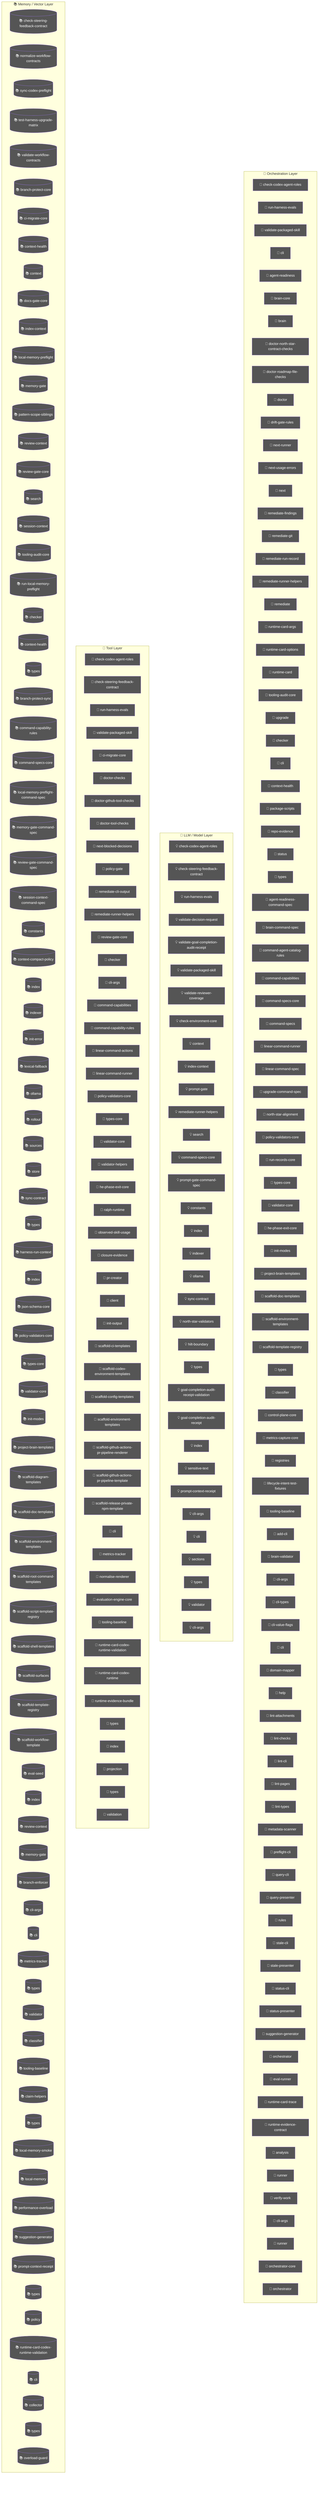
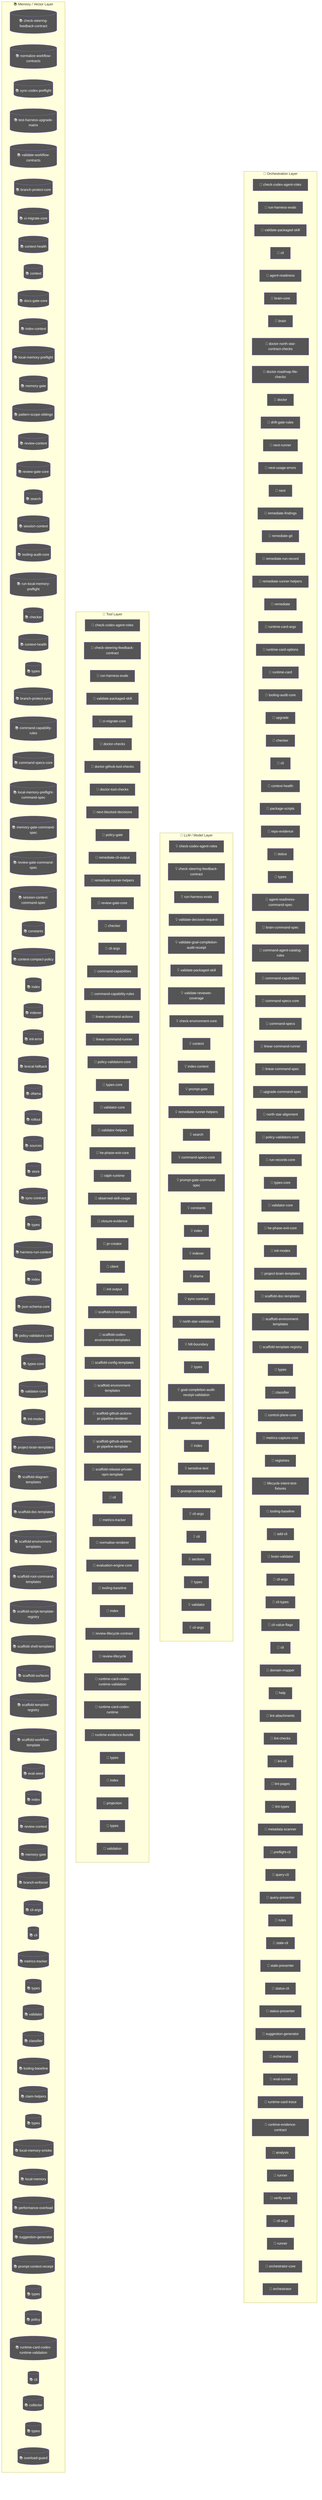
flowchart TD
  subgraph Orchestration["🎯 Orchestration Layer"]
    node_agent_mmd_orchestration_layer_orchestration_chec_7a9f0b64["🤖 check-codex-agent-roles"]
    node_agent_mmd_orchestration_layer_orchestration_run__18817957["🤖 run-harness-evals"]
    node_agent_mmd_orchestration_layer_orchestration_vali_c01b04be["🤖 validate-packaged-skill"]
    cli_99bb8840["🤖 cli"]
    agent_readiness_c82c68e6["🤖 agent-readiness"]
    brain_core_aa07c380["🤖 brain-core"]
    brain_bbbf7a64["🤖 brain"]
    doctor_north_star_contract_checks_0048124c["🤖 doctor-north-star-contract-checks"]
    doctor_roadmap_file_checks_14447b8e["🤖 doctor-roadmap-file-checks"]
    doctor_72f4be89["🤖 doctor"]
    drift_gate_rules_9685e72d["🤖 drift-gate-rules"]
    next_runner_41643472["🤖 next-runner"]
    next_usage_errors_837a345a["🤖 next-usage-errors"]
    next_c6c1c9a9["🤖 next"]
    remediate_findings_8b09c8c6["🤖 remediate-findings"]
    remediate_git_58c6f6f4["🤖 remediate-git"]
    remediate_run_record_9dfe5dc1["🤖 remediate-run-record"]
    node_agent_mmd_orchestration_layer_orchestration_reme_359fe98f["🤖 remediate-runner-helpers"]
    remediate_06b9c7fc["🤖 remediate"]
    runtime_card_args_2b3d4b28["🤖 runtime-card-args"]
    runtime_card_options_c9156ad5["🤖 runtime-card-options"]
    runtime_card_e06b53e1["🤖 runtime-card"]
    node_agent_mmd_orchestration_layer_orchestration_tool_acfe0c01["🤖 tooling-audit-core"]
    upgrade_7fef9479["🤖 upgrade"]
    node_agent_mmd_orchestration_layer_orchestration_chec_0550c395["🤖 checker"]
    cli_1_084e05fe["🤖 cli"]
    node_agent_mmd_orchestration_layer_orchestration_cont_61b3b9c9["🤖 context-health"]
    package_scripts_3ee6150f["🤖 package-scripts"]
    repo_evidence_38bb1de5["🤖 repo-evidence"]
    status_073c1634["🤖 status"]
    node_agent_mmd_orchestration_layer_orchestration_type_4f906dcc["🤖 types"]
    agent_readiness_command_spec_a30c2c1e["🤖 agent-readiness-command-spec"]
    brain_command_spec_15b122d5["🤖 brain-command-spec"]
    command_agent_catalog_rules_8e06b2af["🤖 command-agent-catalog-rules"]
    node_agent_mmd_orchestration_layer_orchestration_comm_6e41a7f7["🤖 command-capabilities"]
    node_agent_mmd_orchestration_layer_orchestration_comm_1f8cc24c["🤖 command-specs-core"]
    command_specs_69167c63["🤖 command-specs"]
    node_agent_mmd_orchestration_layer_orchestration_line_b67affd5["🤖 linear-command-runner"]
    linear_command_spec_1e12dd44["🤖 linear-command-spec"]
    upgrade_command_spec_03f6c7bd["🤖 upgrade-command-spec"]
    north_star_alignment_00440188["🤖 north-star-alignment"]
    node_agent_mmd_orchestration_layer_orchestration_poli_3270b55d["🤖 policy-validators-core"]
    run_records_core_89286dfa["🤖 run-records-core"]
    node_agent_mmd_orchestration_layer_orchestration_type_7cf81261["🤖 types-core"]
    node_agent_mmd_orchestration_layer_orchestration_vali_d9fe99e6["🤖 validator-core"]
    node_agent_mmd_orchestration_layer_orchestration_he_p_fc778c24["🤖 he-phase-exit-core"]
    node_agent_mmd_orchestration_layer_orchestration_init_2a9c3ecb["🤖 init-modes"]
    node_agent_mmd_orchestration_layer_orchestration_proj_6ab6f60f["🤖 project-brain-templates"]
    node_agent_mmd_orchestration_layer_orchestration_scaf_12cc07db["🤖 scaffold-doc-templates"]
    node_agent_mmd_orchestration_layer_orchestration_scaf_c9a90c2f["🤖 scaffold-environment-templates"]
    node_agent_mmd_orchestration_layer_orchestration_scaf_ff8f92f6["🤖 scaffold-template-registry"]
    types_13_d025517b["🤖 types"]
    node_agent_mmd_orchestration_layer_orchestration_clas_899b821a["🤖 classifier"]
    control_plane_core_db3b4cb2["🤖 control-plane-core"]
    metrics_capture_core_db4bf7cf["🤖 metrics-capture-core"]
    registries_06402afa["🤖 registries"]
    lifecycle_intent_test_fixtures_a53c7ada["🤖 lifecycle-intent-test-fixtures"]
    node_agent_mmd_orchestration_layer_orchestration_tool_cc43149f["🤖 tooling-baseline"]
    add_cli_7614de25["🤖 add-cli"]
    brain_validator_be251832["🤖 brain-validator"]
    cli_args_8_d546936e["🤖 cli-args"]
    cli_types_1686e858["🤖 cli-types"]
    cli_value_flags_732a8e43["🤖 cli-value-flags"]
    cli_9_b54c1407["🤖 cli"]
    domain_mapper_cd9333d2["🤖 domain-mapper"]
    help_106a5842["🤖 help"]
    lint_attachments_873c0632["🤖 lint-attachments"]
    lint_checks_83522b19["🤖 lint-checks"]
    lint_cli_9ec62ec0["🤖 lint-cli"]
    lint_pages_e33301d0["🤖 lint-pages"]
    lint_types_2862c255["🤖 lint-types"]
    metadata_scanner_6a101b66["🤖 metadata-scanner"]
    preflight_cli_5d148379["🤖 preflight-cli"]
    query_cli_b95be64d["🤖 query-cli"]
    query_presenter_02e6077c["🤖 query-presenter"]
    rules_6c621d1a["🤖 rules"]
    stale_cli_64548720["🤖 stale-cli"]
    stale_presenter_1de4e3a2["🤖 stale-presenter"]
    status_cli_4c24a0d6["🤖 status-cli"]
    status_presenter_8de686c1["🤖 status-presenter"]
    node_agent_mmd_orchestration_layer_orchestration_sugg_85c5ebe3["🤖 suggestion-generator"]
    orchestrator_11376b7e["🤖 orchestrator"]
    eval_runner_0966a6b3["🤖 eval-runner"]
    runtime_card_trace_64a5ca95["🤖 runtime-card-trace"]
    runtime_evidence_contract_0f7b15b2["🤖 runtime-evidence-contract"]
    analysis_f44e85c4["🤖 analysis"]
    runner_527aa9f4["🤖 runner"]
    verify_work_1_cd8e7ec3["🤖 verify-work"]
    cli_args_14_3481043e["🤖 cli-args"]
    runner_1_6f281bf8["🤖 runner"]
    orchestrator_core_d0678b53["🤖 orchestrator-core"]
    orchestrator_1_6b7137c5["🤖 orchestrator"]
  end
  subgraph LLMLayer["🧠 LLM / Model Layer"]
    node_agent_mmd_llm_model_layer_llmlayer_check_codex_a_29e7b7fa["💡 check-codex-agent-roles"]
    node_agent_mmd_llm_model_layer_llmlayer_check_steerin_a7dbbd2f["💡 check-steering-feedback-contract"]
    node_agent_mmd_llm_model_layer_llmlayer_run_harness_e_603fcfdc["💡 run-harness-evals"]
    validate_decision_request_2e5c325e["💡 validate-decision-request"]
    validate_goal_completion_audit_receipt_100d252c["💡 validate-goal-completion-audit-receipt"]
    node_agent_mmd_llm_model_layer_llmlayer_validate_pack_2a12e1f4["💡 validate-packaged-skill"]
    validate_reviewer_coverage_251efee3["💡 validate-reviewer-coverage"]
    check_environment_core_2c16213f["💡 check-environment-core"]
    node_agent_mmd_llm_model_layer_llmlayer_context_conte_ad2dfbd9["💡 context"]
    node_agent_mmd_llm_model_layer_llmlayer_index_context_1041bd11["💡 index-context"]
    prompt_gate_c5e9d207["💡 prompt-gate"]
    node_agent_mmd_llm_model_layer_llmlayer_remediate_run_9e3d4585["💡 remediate-runner-helpers"]
    node_agent_mmd_llm_model_layer_llmlayer_search_search_66b9a911["💡 search"]
    node_agent_mmd_llm_model_layer_llmlayer_command_specs_782af9fa["💡 command-specs-core"]
    prompt_gate_command_spec_9a941482["💡 prompt-gate-command-spec"]
    node_agent_mmd_llm_model_layer_llmlayer_constants_con_c9bd3f6c["💡 constants"]
    node_agent_mmd_llm_model_layer_llmlayer_index_index_1_02e160ff["💡 index"]
    node_agent_mmd_llm_model_layer_llmlayer_indexer_index_4f4deef5["💡 indexer"]
    node_agent_mmd_llm_model_layer_llmlayer_ollama_ollama_968b23fa["💡 ollama"]
    node_agent_mmd_llm_model_layer_llmlayer_sync_contract_9f3cc8c1["💡 sync-contract"]
    north_star_validators_cfc926ce["💡 north-star-validators"]
    hilt_boundary_9b36fb15["💡 hilt-boundary"]
    types_7_2f1ed65e["💡 types"]
    goal_completion_audit_receipt_validation_9d0f4891["💡 goal-completion-audit-receipt-validation"]
    goal_completion_audit_receipt_5e4939c3["💡 goal-completion-audit-receipt"]
    index_2_10143590["💡 index"]
    sensitive_text_7c11f760["💡 sensitive-text"]
    node_agent_mmd_llm_model_layer_llmlayer_index_index_1_02e160ff["💡 index"]
    node_agent_mmd_llm_model_layer_llmlayer_prompt_contex_6426acc2["💡 prompt-context-receipt"]
    cli_args_9_9c136878["💡 cli-args"]
    cli_10_35dc8cbd["💡 cli"]
    sections_4697ef32["💡 sections"]
    types_23_4352ee2e["💡 types"]
    validator_6_3688adbf["💡 validator"]
    cli_args_10_861cdd3f["💡 cli-args"]
  end
  subgraph ToolLayer["🔧 Tool Layer"]
    node_agent_mmd_tool_layer_toollayer_check_codex_agent_4b361d5a["🔧 check-codex-agent-roles"]
    node_agent_mmd_tool_layer_toollayer_check_steering_fe_84ed22c2["🔧 check-steering-feedback-contract"]
    node_agent_mmd_tool_layer_toollayer_run_harness_evals_e2ee24f1["🔧 run-harness-evals"]
    node_agent_mmd_tool_layer_toollayer_validate_packaged_2855c827["🔧 validate-packaged-skill"]
    node_agent_mmd_tool_layer_toollayer_ci_migrate_core_c_049f8460["🔧 ci-migrate-core"]
    doctor_checks_5a2eb2b9["🔧 doctor-checks"]
    doctor_github_tool_checks_a53b0382["🔧 doctor-github-tool-checks"]
    doctor_tool_checks_4acac51a["🔧 doctor-tool-checks"]
    next_blocked_decisions_4140ad2b["🔧 next-blocked-decisions"]
    policy_gate_213f7313["🔧 policy-gate"]
    remediate_cli_output_cc165396["🔧 remediate-cli-output"]
    node_agent_mmd_tool_layer_toollayer_remediate_runner__c003b871["🔧 remediate-runner-helpers"]
    node_agent_mmd_tool_layer_toollayer_review_gate_core__7704598b["🔧 review-gate-core"]
    node_agent_mmd_tool_layer_toollayer_checker_checker_2_453d593b["🔧 checker"]
    cli_args_1_6144b055["🔧 cli-args"]
    node_agent_mmd_tool_layer_toollayer_command_capabilit_7fe13db1["🔧 command-capabilities"]
    node_agent_mmd_tool_layer_toollayer_command_capabilit_e97a4615["🔧 command-capability-rules"]
    linear_command_actions_e430f4f4["🔧 linear-command-actions"]
    node_agent_mmd_tool_layer_toollayer_linear_command_ru_d6763748["🔧 linear-command-runner"]
    node_agent_mmd_tool_layer_toollayer_policy_validators_af136abf["🔧 policy-validators-core"]
    node_agent_mmd_tool_layer_toollayer_types_core_types__6c8319b6["🔧 types-core"]
    node_agent_mmd_tool_layer_toollayer_validator_core_va_6ef6131f["🔧 validator-core"]
    validator_helpers_7b927667["🔧 validator-helpers"]
    node_agent_mmd_tool_layer_toollayer_he_phase_exit_cor_af016160["🔧 he-phase-exit-core"]
    ralph_runtime_73d63c0e["🔧 ralph-runtime"]
    observed_skill_usage_ed7d5930["🔧 observed-skill-usage"]
    closure_evidence_aaa31467["🔧 closure-evidence"]
    pr_creator_dc6b1ea4["🔧 pr-creator"]
    client_948fe603["🔧 client"]
    init_output_360dce91["🔧 init-output"]
    scaffold_ci_templates_2afd6392["🔧 scaffold-ci-templates"]
    scaffold_codex_environment_templates_334fbbed["🔧 scaffold-codex-environment-templates"]
    scaffold_config_templates_4b80ce53["🔧 scaffold-config-templates"]
    node_agent_mmd_tool_layer_toollayer_scaffold_environm_c1afc013["🔧 scaffold-environment-templates"]
    scaffold_github_actions_pr_pipeline_renderer_1ee18de5["🔧 scaffold-github-actions-pr-pipeline-renderer"]
    scaffold_github_actions_pr_pipeline_template_e2b85f62["🔧 scaffold-github-actions-pr-pipeline-template"]
    scaffold_release_private_npm_template_075499f8["🔧 scaffold-release-private-npm-template"]
    node_agent_mmd_tool_layer_toollayer_cli_cli_2_1_32d9eeaf["🔧 cli"]
    node_agent_mmd_tool_layer_toollayer_metrics_tracker_m_4c9237d8["🔧 metrics-tracker"]
    normalise_renderer_85f2e563["🔧 normalise-renderer"]
    evaluation_engine_core_e054fe49["🔧 evaluation-engine-core"]
    node_agent_mmd_tool_layer_toollayer_tooling_baseline__61e66e9f["🔧 tooling-baseline"]
+     index_9_32dd4d91["🔧 index"]
+     review_lifecycle_contract_e5447221["🔧 review-lifecycle-contract"]
+     review_lifecycle_89afa64c["🔧 review-lifecycle"]
    node_agent_mmd_tool_layer_toollayer_runtime_card_code_3636ceac["🔧 runtime-card-codex-runtime-validation"]
    runtime_card_codex_runtime_0655e230["🔧 runtime-card-codex-runtime"]
    runtime_evidence_bundle_d471a232["🔧 runtime-evidence-bundle"]
    types_32_bfe791ff["🔧 types"]
    index_12_762ec91b["🔧 index"]
    projection_1b250ea1["🔧 projection"]
    types_34_85e6a0bb["🔧 types"]
    validation_4_62980ebd["🔧 validation"]
  end
  subgraph MemoryLayer["📚 Memory / Vector Layer"]
    node_agent_mmd_memory_vector_layer_memorylayer_check__d71f8993[("📚 check-steering-feedback-contract")]
    normalize_workflow_contracts_8701f1c8[("📚 normalize-workflow-contracts")]
    sync_codex_preflight_7e7a8dc2[("📚 sync-codex-preflight")]
    test_harness_upgrade_matrix_84113c4e[("📚 test-harness-upgrade-matrix")]
    validate_workflow_contracts_33dc063c[("📚 validate-workflow-contracts")]
    branch_protect_core_a8feb0fd[("📚 branch-protect-core")]
    node_agent_mmd_memory_vector_layer_memorylayer_ci_mig_0cd5b1a4[("📚 ci-migrate-core")]
    context_health_80bb7da9[("📚 context-health")]
    node_agent_mmd_memory_vector_layer_memorylayer_contex_78ceaaa9[("📚 context")]
    docs_gate_core_eb9b6c18[("📚 docs-gate-core")]
    node_agent_mmd_memory_vector_layer_memorylayer_index__6f3402d0[("📚 index-context")]
    local_memory_preflight_dcc36c42[("📚 local-memory-preflight")]
    memory_gate_a577a506[("📚 memory-gate")]
    pattern_scope_siblings_43abe000[("📚 pattern-scope-siblings")]
    review_context_ca6cf81d[("📚 review-context")]
    node_agent_mmd_memory_vector_layer_memorylayer_review_5bee9816[("📚 review-gate-core")]
    node_agent_mmd_memory_vector_layer_memorylayer_search_ac35cb7e[("📚 search")]
    session_context_e5ec72c0[("📚 session-context")]
    node_agent_mmd_memory_vector_layer_memorylayer_toolin_a1185b8f[("📚 tooling-audit-core")]
    run_local_memory_preflight_36e92808[("📚 run-local-memory-preflight")]
    node_agent_mmd_memory_vector_layer_memorylayer_checke_a583eb4f[("📚 checker")]
    node_agent_mmd_memory_vector_layer_memorylayer_contex_fe0865d6[("📚 context-health")]
    node_agent_mmd_memory_vector_layer_memorylayer_types__9ad640a0[("📚 types")]
    branch_protect_sync_570adb18[("📚 branch-protect-sync")]
    node_agent_mmd_memory_vector_layer_memorylayer_comman_c72a5d05[("📚 command-capability-rules")]
    node_agent_mmd_memory_vector_layer_memorylayer_comman_111eb454[("📚 command-specs-core")]
    local_memory_preflight_command_spec_9e23f3ce[("📚 local-memory-preflight-command-spec")]
    memory_gate_command_spec_dc9001a9[("📚 memory-gate-command-spec")]
    review_gate_command_spec_3187376a[("📚 review-gate-command-spec")]
    session_context_command_spec_973afbb1[("📚 session-context-command-spec")]
    node_agent_mmd_memory_vector_layer_memorylayer_consta_702d3f46[("📚 constants")]
    context_compact_policy_3dcaf95d[("📚 context-compact-policy")]
    node_agent_mmd_memory_vector_layer_memorylayer_index__752bc61e[("📚 index")]
    node_agent_mmd_memory_vector_layer_memorylayer_indexe_93e6d86f[("📚 indexer")]
    init_error_5c7dd49f[("📚 init-error")]
    lexical_fallback_723e2b3e[("📚 lexical-fallback")]
    node_agent_mmd_memory_vector_layer_memorylayer_ollama_6d51be16[("📚 ollama")]
    rollout_a4fa034c[("📚 rollout")]
    sources_878a52fc[("📚 sources")]
    store_824d80d7[("📚 store")]
    node_agent_mmd_memory_vector_layer_memorylayer_sync_c_e43418bc[("📚 sync-contract")]
    types_5_f869ec4b[("📚 types")]
    harness_run_context_ac7c77a9[("📚 harness-run-context")]
    index_1_faebc14e[("📚 index")]
    json_schema_core_96d7e328[("📚 json-schema-core")]
    node_agent_mmd_memory_vector_layer_memorylayer_policy_1944de42[("📚 policy-validators-core")]
    node_agent_mmd_memory_vector_layer_memorylayer_types__83f369fa[("📚 types-core")]
    node_agent_mmd_memory_vector_layer_memorylayer_valida_41034356[("📚 validator-core")]
    node_agent_mmd_memory_vector_layer_memorylayer_init_m_333d02c5[("📚 init-modes")]
    node_agent_mmd_memory_vector_layer_memorylayer_projec_3ae304d9[("📚 project-brain-templates")]
    scaffold_diagram_templates_dd88e83c[("📚 scaffold-diagram-templates")]
    node_agent_mmd_memory_vector_layer_memorylayer_scaffo_5fd73b94[("📚 scaffold-doc-templates")]
    node_agent_mmd_memory_vector_layer_memorylayer_scaffo_12b42341[("📚 scaffold-environment-templates")]
    scaffold_root_command_templates_404fed7f[("📚 scaffold-root-command-templates")]
    scaffold_script_template_registry_69312d4e[("📚 scaffold-script-template-registry")]
    scaffold_shell_templates_0ad0f915[("📚 scaffold-shell-templates")]
    scaffold_surfaces_12d6494e[("📚 scaffold-surfaces")]
    node_agent_mmd_memory_vector_layer_memorylayer_scaffo_a86eece1[("📚 scaffold-template-registry")]
    scaffold_workflow_template_92310587[("📚 scaffold-workflow-template")]
    eval_seed_5699fd3e[("📚 eval-seed")]
    index_6_fc9e91e2[("📚 index")]
    review_context_1_e3afed15[("📚 review-context")]
    memory_gate_1_265164ac[("📚 memory-gate")]
    branch_enforcer_acb749cd[("📚 branch-enforcer")]
    cli_args_5_09ea29f0[("📚 cli-args")]
    node_agent_mmd_memory_vector_layer_memorylayer_cli_cl_1f1f89ab[("📚 cli")]
    node_agent_mmd_memory_vector_layer_memorylayer_metric_12562178[("📚 metrics-tracker")]
    types_15_86775c96[("📚 types")]
    validator_4_5180cf23[("📚 validator")]
    node_agent_mmd_memory_vector_layer_memorylayer_classi_1ebbf5ff[("📚 classifier")]
    node_agent_mmd_memory_vector_layer_memorylayer_toolin_14f86b00[("📚 tooling-baseline")]
    claim_helpers_20dc8387[("📚 claim-helpers")]
    types_20_071a0112[("📚 types")]
    local_memory_smoke_1175abfc[("📚 local-memory-smoke")]
    local_memory_0db17ecc[("📚 local-memory")]
    performance_overload_c685bfcf[("📚 performance-overload")]
    node_agent_mmd_memory_vector_layer_memorylayer_sugges_267f408d[("📚 suggestion-generator")]
    node_agent_mmd_memory_vector_layer_memorylayer_index__752bc61e[("📚 index")]
    node_agent_mmd_memory_vector_layer_memorylayer_prompt_55c0d605[("📚 prompt-context-receipt")]
    types_27_4d134744[("📚 types")]
    policy_1_fc4198db[("📚 policy")]
    node_agent_mmd_memory_vector_layer_memorylayer_runtim_a5d23e7f[("📚 runtime-card-codex-runtime-validation")]
    cli_11_338a8415[("📚 cli")]
    collector_0736fd5b[("📚 collector")]
    types_30_424b976c[("📚 types")]
    overload_guard_2748c559[("📚 overload-guard")]
  end
  classDef agentNode fill:#555,color:#fff
  class node_agent_mmd_orchestration_layer_orchestration_chec_7a9f0b64,node_agent_mmd_llm_model_layer_llmlayer_check_codex_a_29e7b7fa,node_agent_mmd_tool_layer_toollayer_check_codex_agent_4b361d5a,node_agent_mmd_orchestration_layer_orchestration_run__18817957,node_agent_mmd_llm_model_layer_llmlayer_run_harness_e_603fcfdc,node_agent_mmd_tool_layer_toollayer_run_harness_evals_e2ee24f1,node_agent_mmd_orchestration_layer_orchestration_vali_c01b04be,node_agent_mmd_llm_model_layer_llmlayer_validate_pack_2a12e1f4,node_agent_mmd_tool_layer_toollayer_validate_packaged_2855c827,cli_99bb8840,agent_readiness_c82c68e6,brain_core_aa07c380,brain_bbbf7a64,doctor_north_star_contract_checks_0048124c,doctor_roadmap_file_checks_14447b8e,doctor_72f4be89,drift_gate_rules_9685e72d,next_runner_41643472,next_usage_errors_837a345a,next_c6c1c9a9,remediate_findings_8b09c8c6,remediate_git_58c6f6f4,remediate_run_record_9dfe5dc1,node_agent_mmd_orchestration_layer_orchestration_reme_359fe98f,node_agent_mmd_llm_model_layer_llmlayer_remediate_run_9e3d4585,node_agent_mmd_tool_layer_toollayer_remediate_runner__c003b871,remediate_06b9c7fc,runtime_card_args_2b3d4b28,runtime_card_options_c9156ad5,runtime_card_e06b53e1,node_agent_mmd_orchestration_layer_orchestration_tool_acfe0c01,node_agent_mmd_memory_vector_layer_memorylayer_toolin_a1185b8f,upgrade_7fef9479,node_agent_mmd_orchestration_layer_orchestration_chec_0550c395,node_agent_mmd_tool_layer_toollayer_checker_checker_2_453d593b,node_agent_mmd_memory_vector_layer_memorylayer_checke_a583eb4f,cli_1_084e05fe,node_agent_mmd_orchestration_layer_orchestration_cont_61b3b9c9,node_agent_mmd_memory_vector_layer_memorylayer_contex_fe0865d6,package_scripts_3ee6150f,repo_evidence_38bb1de5,status_073c1634,node_agent_mmd_orchestration_layer_orchestration_type_4f906dcc,node_agent_mmd_memory_vector_layer_memorylayer_types__9ad640a0,agent_readiness_command_spec_a30c2c1e,brain_command_spec_15b122d5,command_agent_catalog_rules_8e06b2af,node_agent_mmd_orchestration_layer_orchestration_comm_6e41a7f7,node_agent_mmd_tool_layer_toollayer_command_capabilit_7fe13db1,node_agent_mmd_orchestration_layer_orchestration_comm_1f8cc24c,node_agent_mmd_llm_model_layer_llmlayer_command_specs_782af9fa,node_agent_mmd_memory_vector_layer_memorylayer_comman_111eb454,command_specs_69167c63,node_agent_mmd_orchestration_layer_orchestration_line_b67affd5,node_agent_mmd_tool_layer_toollayer_linear_command_ru_d6763748,linear_command_spec_1e12dd44,upgrade_command_spec_03f6c7bd,north_star_alignment_00440188,node_agent_mmd_orchestration_layer_orchestration_poli_3270b55d,node_agent_mmd_tool_layer_toollayer_policy_validators_af136abf,node_agent_mmd_memory_vector_layer_memorylayer_policy_1944de42,run_records_core_89286dfa,node_agent_mmd_orchestration_layer_orchestration_type_7cf81261,node_agent_mmd_tool_layer_toollayer_types_core_types__6c8319b6,node_agent_mmd_memory_vector_layer_memorylayer_types__83f369fa,node_agent_mmd_orchestration_layer_orchestration_vali_d9fe99e6,node_agent_mmd_tool_layer_toollayer_validator_core_va_6ef6131f,node_agent_mmd_memory_vector_layer_memorylayer_valida_41034356,node_agent_mmd_orchestration_layer_orchestration_he_p_fc778c24,node_agent_mmd_tool_layer_toollayer_he_phase_exit_cor_af016160,node_agent_mmd_orchestration_layer_orchestration_init_2a9c3ecb,node_agent_mmd_memory_vector_layer_memorylayer_init_m_333d02c5,node_agent_mmd_orchestration_layer_orchestration_proj_6ab6f60f,node_agent_mmd_memory_vector_layer_memorylayer_projec_3ae304d9,node_agent_mmd_orchestration_layer_orchestration_scaf_12cc07db,node_agent_mmd_memory_vector_layer_memorylayer_scaffo_5fd73b94,node_agent_mmd_orchestration_layer_orchestration_scaf_c9a90c2f,node_agent_mmd_tool_layer_toollayer_scaffold_environm_c1afc013,node_agent_mmd_memory_vector_layer_memorylayer_scaffo_12b42341,node_agent_mmd_orchestration_layer_orchestration_scaf_ff8f92f6,node_agent_mmd_memory_vector_layer_memorylayer_scaffo_a86eece1,types_13_d025517b,node_agent_mmd_orchestration_layer_orchestration_clas_899b821a,node_agent_mmd_memory_vector_layer_memorylayer_classi_1ebbf5ff,control_plane_core_db3b4cb2,metrics_capture_core_db4bf7cf,registries_06402afa,lifecycle_intent_test_fixtures_a53c7ada,node_agent_mmd_orchestration_layer_orchestration_tool_cc43149f,node_agent_mmd_tool_layer_toollayer_tooling_baseline__61e66e9f,node_agent_mmd_memory_vector_layer_memorylayer_toolin_14f86b00,add_cli_7614de25,brain_validator_be251832,cli_args_8_d546936e,cli_types_1686e858,cli_value_flags_732a8e43,cli_9_b54c1407,domain_mapper_cd9333d2,help_106a5842,lint_attachments_873c0632,lint_checks_83522b19,lint_cli_9ec62ec0,lint_pages_e33301d0,lint_types_2862c255,metadata_scanner_6a101b66,preflight_cli_5d148379,query_cli_b95be64d,query_presenter_02e6077c,rules_6c621d1a,stale_cli_64548720,stale_presenter_1de4e3a2,status_cli_4c24a0d6,status_presenter_8de686c1,node_agent_mmd_orchestration_layer_orchestration_sugg_85c5ebe3,node_agent_mmd_memory_vector_layer_memorylayer_sugges_267f408d,orchestrator_11376b7e,eval_runner_0966a6b3,runtime_card_trace_64a5ca95,runtime_evidence_contract_0f7b15b2,analysis_f44e85c4,runner_527aa9f4,verify_work_1_cd8e7ec3,cli_args_14_3481043e,runner_1_6f281bf8,orchestrator_core_d0678b53,orchestrator_1_6b7137c5 agentNode
  classDef llmNode fill:#555,color:#fff
  class node_agent_mmd_orchestration_layer_orchestration_chec_7a9f0b64,node_agent_mmd_llm_model_layer_llmlayer_check_codex_a_29e7b7fa,node_agent_mmd_tool_layer_toollayer_check_codex_agent_4b361d5a,node_agent_mmd_llm_model_layer_llmlayer_check_steerin_a7dbbd2f,node_agent_mmd_tool_layer_toollayer_check_steering_fe_84ed22c2,node_agent_mmd_memory_vector_layer_memorylayer_check__d71f8993,node_agent_mmd_orchestration_layer_orchestration_run__18817957,node_agent_mmd_llm_model_layer_llmlayer_run_harness_e_603fcfdc,node_agent_mmd_tool_layer_toollayer_run_harness_evals_e2ee24f1,validate_decision_request_2e5c325e,validate_goal_completion_audit_receipt_100d252c,node_agent_mmd_orchestration_layer_orchestration_vali_c01b04be,node_agent_mmd_llm_model_layer_llmlayer_validate_pack_2a12e1f4,node_agent_mmd_tool_layer_toollayer_validate_packaged_2855c827,validate_reviewer_coverage_251efee3,check_environment_core_2c16213f,node_agent_mmd_llm_model_layer_llmlayer_context_conte_ad2dfbd9,node_agent_mmd_memory_vector_layer_memorylayer_contex_78ceaaa9,node_agent_mmd_llm_model_layer_llmlayer_index_context_1041bd11,node_agent_mmd_memory_vector_layer_memorylayer_index__6f3402d0,prompt_gate_c5e9d207,node_agent_mmd_orchestration_layer_orchestration_reme_359fe98f,node_agent_mmd_llm_model_layer_llmlayer_remediate_run_9e3d4585,node_agent_mmd_tool_layer_toollayer_remediate_runner__c003b871,node_agent_mmd_llm_model_layer_llmlayer_search_search_66b9a911,node_agent_mmd_memory_vector_layer_memorylayer_search_ac35cb7e,node_agent_mmd_orchestration_layer_orchestration_comm_1f8cc24c,node_agent_mmd_llm_model_layer_llmlayer_command_specs_782af9fa,node_agent_mmd_memory_vector_layer_memorylayer_comman_111eb454,prompt_gate_command_spec_9a941482,node_agent_mmd_llm_model_layer_llmlayer_constants_con_c9bd3f6c,node_agent_mmd_memory_vector_layer_memorylayer_consta_702d3f46,node_agent_mmd_llm_model_layer_llmlayer_index_index_1_02e160ff,node_agent_mmd_memory_vector_layer_memorylayer_index__752bc61e,node_agent_mmd_llm_model_layer_llmlayer_indexer_index_4f4deef5,node_agent_mmd_memory_vector_layer_memorylayer_indexe_93e6d86f,node_agent_mmd_llm_model_layer_llmlayer_ollama_ollama_968b23fa,node_agent_mmd_memory_vector_layer_memorylayer_ollama_6d51be16,node_agent_mmd_llm_model_layer_llmlayer_sync_contract_9f3cc8c1,node_agent_mmd_memory_vector_layer_memorylayer_sync_c_e43418bc,north_star_validators_cfc926ce,hilt_boundary_9b36fb15,types_7_2f1ed65e,goal_completion_audit_receipt_validation_9d0f4891,goal_completion_audit_receipt_5e4939c3,index_2_10143590,sensitive_text_7c11f760,node_agent_mmd_llm_model_layer_llmlayer_prompt_contex_6426acc2,node_agent_mmd_memory_vector_layer_memorylayer_prompt_55c0d605,cli_args_9_9c136878,cli_10_35dc8cbd,sections_4697ef32,types_23_4352ee2e,validator_6_3688adbf,cli_args_10_861cdd3f llmNode
  classDef toolNode fill:#555,color:#fff
-   class node_agent_mmd_orchestration_layer_orchestration_chec_7a9f0b64,node_agent_mmd_llm_model_layer_llmlayer_check_codex_a_29e7b7fa,node_agent_mmd_tool_layer_toollayer_check_codex_agent_4b361d5a,node_agent_mmd_llm_model_layer_llmlayer_check_steerin_a7dbbd2f,node_agent_mmd_tool_layer_toollayer_check_steering_fe_84ed22c2,node_agent_mmd_memory_vector_layer_memorylayer_check__d71f8993,node_agent_mmd_orchestration_layer_orchestration_run__18817957,node_agent_mmd_llm_model_layer_llmlayer_run_harness_e_603fcfdc,node_agent_mmd_tool_layer_toollayer_run_harness_evals_e2ee24f1,node_agent_mmd_orchestration_layer_orchestration_vali_c01b04be,node_agent_mmd_llm_model_layer_llmlayer_validate_pack_2a12e1f4,node_agent_mmd_tool_layer_toollayer_validate_packaged_2855c827,node_agent_mmd_tool_layer_toollayer_ci_migrate_core_c_049f8460,node_agent_mmd_memory_vector_layer_memorylayer_ci_mig_0cd5b1a4,doctor_checks_5a2eb2b9,doctor_github_tool_checks_a53b0382,doctor_tool_checks_4acac51a,next_blocked_decisions_4140ad2b,policy_gate_213f7313,remediate_cli_output_cc165396,node_agent_mmd_orchestration_layer_orchestration_reme_359fe98f,node_agent_mmd_llm_model_layer_llmlayer_remediate_run_9e3d4585,node_agent_mmd_tool_layer_toollayer_remediate_runner__c003b871,node_agent_mmd_tool_layer_toollayer_review_gate_core__7704598b,node_agent_mmd_memory_vector_layer_memorylayer_review_5bee9816,node_agent_mmd_orchestration_layer_orchestration_chec_0550c395,node_agent_mmd_tool_layer_toollayer_checker_checker_2_453d593b,node_agent_mmd_memory_vector_layer_memorylayer_checke_a583eb4f,cli_args_1_6144b055,node_agent_mmd_orchestration_layer_orchestration_comm_6e41a7f7,node_agent_mmd_tool_layer_toollayer_command_capabilit_7fe13db1,node_agent_mmd_tool_layer_toollayer_command_capabilit_e97a4615,node_agent_mmd_memory_vector_layer_memorylayer_comman_c72a5d05,linear_command_actions_e430f4f4,node_agent_mmd_orchestration_layer_orchestration_line_b67affd5,node_agent_mmd_tool_layer_toollayer_linear_command_ru_d6763748,node_agent_mmd_orchestration_layer_orchestration_poli_3270b55d,node_agent_mmd_tool_layer_toollayer_policy_validators_af136abf,node_agent_mmd_memory_vector_layer_memorylayer_policy_1944de42,node_agent_mmd_orchestration_layer_orchestration_type_7cf81261,node_agent_mmd_tool_layer_toollayer_types_core_types__6c8319b6,node_agent_mmd_memory_vector_layer_memorylayer_types__83f369fa,node_agent_mmd_orchestration_layer_orchestration_vali_d9fe99e6,node_agent_mmd_tool_layer_toollayer_validator_core_va_6ef6131f,node_agent_mmd_memory_vector_layer_memorylayer_valida_41034356,validator_helpers_7b927667,node_agent_mmd_orchestration_layer_orchestration_he_p_fc778c24,node_agent_mmd_tool_layer_toollayer_he_phase_exit_cor_af016160,ralph_runtime_73d63c0e,observed_skill_usage_ed7d5930,closure_evidence_aaa31467,pr_creator_dc6b1ea4,client_948fe603,init_output_360dce91,scaffold_ci_templates_2afd6392,scaffold_codex_environment_templates_334fbbed,scaffold_config_templates_4b80ce53,node_agent_mmd_orchestration_layer_orchestration_scaf_c9a90c2f,node_agent_mmd_tool_layer_toollayer_scaffold_environm_c1afc013,node_agent_mmd_memory_vector_layer_memorylayer_scaffo_12b42341,scaffold_github_actions_pr_pipeline_renderer_1ee18de5,scaffold_github_actions_pr_pipeline_template_e2b85f62,scaffold_release_private_npm_template_075499f8,node_agent_mmd_tool_layer_toollayer_cli_cli_2_1_32d9eeaf,node_agent_mmd_memory_vector_layer_memorylayer_cli_cl_1f1f89ab,node_agent_mmd_tool_layer_toollayer_metrics_tracker_m_4c9237d8,node_agent_mmd_memory_vector_layer_memorylayer_metric_12562178,normalise_renderer_85f2e563,evaluation_engine_core_e054fe49,node_agent_mmd_orchestration_layer_orchestration_tool_cc43149f,node_agent_mmd_tool_layer_toollayer_tooling_baseline__61e66e9f,node_agent_mmd_memory_vector_layer_memorylayer_toolin_14f86b00,node_agent_mmd_tool_layer_toollayer_runtime_card_code_3636ceac,node_agent_mmd_memory_vector_layer_memorylayer_runtim_a5d23e7f,runtime_card_codex_runtime_0655e230,runtime_evidence_bundle_d471a232,types_32_bfe791ff,index_12_762ec91b,projection_1b250ea1,types_34_85e6a0bb,validation_4_62980ebd toolNode
+   class node_agent_mmd_orchestration_layer_orchestration_chec_7a9f0b64,node_agent_mmd_llm_model_layer_llmlayer_check_codex_a_29e7b7fa,node_agent_mmd_tool_layer_toollayer_check_codex_agent_4b361d5a,node_agent_mmd_llm_model_layer_llmlayer_check_steerin_a7dbbd2f,node_agent_mmd_tool_layer_toollayer_check_steering_fe_84ed22c2,node_agent_mmd_memory_vector_layer_memorylayer_check__d71f8993,node_agent_mmd_orchestration_layer_orchestration_run__18817957,node_agent_mmd_llm_model_layer_llmlayer_run_harness_e_603fcfdc,node_agent_mmd_tool_layer_toollayer_run_harness_evals_e2ee24f1,node_agent_mmd_orchestration_layer_orchestration_vali_c01b04be,node_agent_mmd_llm_model_layer_llmlayer_validate_pack_2a12e1f4,node_agent_mmd_tool_layer_toollayer_validate_packaged_2855c827,node_agent_mmd_tool_layer_toollayer_ci_migrate_core_c_049f8460,node_agent_mmd_memory_vector_layer_memorylayer_ci_mig_0cd5b1a4,doctor_checks_5a2eb2b9,doctor_github_tool_checks_a53b0382,doctor_tool_checks_4acac51a,next_blocked_decisions_4140ad2b,policy_gate_213f7313,remediate_cli_output_cc165396,node_agent_mmd_orchestration_layer_orchestration_reme_359fe98f,node_agent_mmd_llm_model_layer_llmlayer_remediate_run_9e3d4585,node_agent_mmd_tool_layer_toollayer_remediate_runner__c003b871,node_agent_mmd_tool_layer_toollayer_review_gate_core__7704598b,node_agent_mmd_memory_vector_layer_memorylayer_review_5bee9816,node_agent_mmd_orchestration_layer_orchestration_chec_0550c395,node_agent_mmd_tool_layer_toollayer_checker_checker_2_453d593b,node_agent_mmd_memory_vector_layer_memorylayer_checke_a583eb4f,cli_args_1_6144b055,node_agent_mmd_orchestration_layer_orchestration_comm_6e41a7f7,node_agent_mmd_tool_layer_toollayer_command_capabilit_7fe13db1,node_agent_mmd_tool_layer_toollayer_command_capabilit_e97a4615,node_agent_mmd_memory_vector_layer_memorylayer_comman_c72a5d05,linear_command_actions_e430f4f4,node_agent_mmd_orchestration_layer_orchestration_line_b67affd5,node_agent_mmd_tool_layer_toollayer_linear_command_ru_d6763748,node_agent_mmd_orchestration_layer_orchestration_poli_3270b55d,node_agent_mmd_tool_layer_toollayer_policy_validators_af136abf,node_agent_mmd_memory_vector_layer_memorylayer_policy_1944de42,node_agent_mmd_orchestration_layer_orchestration_type_7cf81261,node_agent_mmd_tool_layer_toollayer_types_core_types__6c8319b6,node_agent_mmd_memory_vector_layer_memorylayer_types__83f369fa,node_agent_mmd_orchestration_layer_orchestration_vali_d9fe99e6,node_agent_mmd_tool_layer_toollayer_validator_core_va_6ef6131f,node_agent_mmd_memory_vector_layer_memorylayer_valida_41034356,validator_helpers_7b927667,node_agent_mmd_orchestration_layer_orchestration_he_p_fc778c24,node_agent_mmd_tool_layer_toollayer_he_phase_exit_cor_af016160,ralph_runtime_73d63c0e,observed_skill_usage_ed7d5930,closure_evidence_aaa31467,pr_creator_dc6b1ea4,client_948fe603,init_output_360dce91,scaffold_ci_templates_2afd6392,scaffold_codex_environment_templates_334fbbed,scaffold_config_templates_4b80ce53,node_agent_mmd_orchestration_layer_orchestration_scaf_c9a90c2f,node_agent_mmd_tool_layer_toollayer_scaffold_environm_c1afc013,node_agent_mmd_memory_vector_layer_memorylayer_scaffo_12b42341,scaffold_github_actions_pr_pipeline_renderer_1ee18de5,scaffold_github_actions_pr_pipeline_template_e2b85f62,scaffold_release_private_npm_template_075499f8,node_agent_mmd_tool_layer_toollayer_cli_cli_2_1_32d9eeaf,node_agent_mmd_memory_vector_layer_memorylayer_cli_cl_1f1f89ab,node_agent_mmd_tool_layer_toollayer_metrics_tracker_m_4c9237d8,node_agent_mmd_memory_vector_layer_memorylayer_metric_12562178,normalise_renderer_85f2e563,evaluation_engine_core_e054fe49,node_agent_mmd_orchestration_layer_orchestration_tool_cc43149f,node_agent_mmd_tool_layer_toollayer_tooling_baseline__61e66e9f,node_agent_mmd_memory_vector_layer_memorylayer_toolin_14f86b00,index_9_32dd4d91,review_lifecycle_contract_e5447221,review_lifecycle_89afa64c,node_agent_mmd_tool_layer_toollayer_runtime_card_code_3636ceac,node_agent_mmd_memory_vector_layer_memorylayer_runtim_a5d23e7f,runtime_card_codex_runtime_0655e230,runtime_evidence_bundle_d471a232,types_32_bfe791ff,index_12_762ec91b,projection_1b250ea1,types_34_85e6a0bb,validation_4_62980ebd toolNode
  classDef memNode fill:#555,color:#fff
  class node_agent_mmd_llm_model_layer_llmlayer_check_steerin_a7dbbd2f,node_agent_mmd_tool_layer_toollayer_check_steering_fe_84ed22c2,node_agent_mmd_memory_vector_layer_memorylayer_check__d71f8993,normalize_workflow_contracts_8701f1c8,sync_codex_preflight_7e7a8dc2,test_harness_upgrade_matrix_84113c4e,validate_workflow_contracts_33dc063c,branch_protect_core_a8feb0fd,node_agent_mmd_tool_layer_toollayer_ci_migrate_core_c_049f8460,node_agent_mmd_memory_vector_layer_memorylayer_ci_mig_0cd5b1a4,context_health_80bb7da9,node_agent_mmd_llm_model_layer_llmlayer_context_conte_ad2dfbd9,node_agent_mmd_memory_vector_layer_memorylayer_contex_78ceaaa9,docs_gate_core_eb9b6c18,node_agent_mmd_llm_model_layer_llmlayer_index_context_1041bd11,node_agent_mmd_memory_vector_layer_memorylayer_index__6f3402d0,local_memory_preflight_dcc36c42,memory_gate_a577a506,pattern_scope_siblings_43abe000,review_context_ca6cf81d,node_agent_mmd_tool_layer_toollayer_review_gate_core__7704598b,node_agent_mmd_memory_vector_layer_memorylayer_review_5bee9816,node_agent_mmd_llm_model_layer_llmlayer_search_search_66b9a911,node_agent_mmd_memory_vector_layer_memorylayer_search_ac35cb7e,session_context_e5ec72c0,node_agent_mmd_orchestration_layer_orchestration_tool_acfe0c01,node_agent_mmd_memory_vector_layer_memorylayer_toolin_a1185b8f,run_local_memory_preflight_36e92808,node_agent_mmd_orchestration_layer_orchestration_chec_0550c395,node_agent_mmd_tool_layer_toollayer_checker_checker_2_453d593b,node_agent_mmd_memory_vector_layer_memorylayer_checke_a583eb4f,node_agent_mmd_orchestration_layer_orchestration_cont_61b3b9c9,node_agent_mmd_memory_vector_layer_memorylayer_contex_fe0865d6,node_agent_mmd_orchestration_layer_orchestration_type_4f906dcc,node_agent_mmd_memory_vector_layer_memorylayer_types__9ad640a0,branch_protect_sync_570adb18,node_agent_mmd_tool_layer_toollayer_command_capabilit_e97a4615,node_agent_mmd_memory_vector_layer_memorylayer_comman_c72a5d05,node_agent_mmd_orchestration_layer_orchestration_comm_1f8cc24c,node_agent_mmd_llm_model_layer_llmlayer_command_specs_782af9fa,node_agent_mmd_memory_vector_layer_memorylayer_comman_111eb454,local_memory_preflight_command_spec_9e23f3ce,memory_gate_command_spec_dc9001a9,review_gate_command_spec_3187376a,session_context_command_spec_973afbb1,node_agent_mmd_llm_model_layer_llmlayer_constants_con_c9bd3f6c,node_agent_mmd_memory_vector_layer_memorylayer_consta_702d3f46,context_compact_policy_3dcaf95d,node_agent_mmd_llm_model_layer_llmlayer_index_index_1_02e160ff,node_agent_mmd_memory_vector_layer_memorylayer_index__752bc61e,node_agent_mmd_llm_model_layer_llmlayer_indexer_index_4f4deef5,node_agent_mmd_memory_vector_layer_memorylayer_indexe_93e6d86f,init_error_5c7dd49f,lexical_fallback_723e2b3e,node_agent_mmd_llm_model_layer_llmlayer_ollama_ollama_968b23fa,node_agent_mmd_memory_vector_layer_memorylayer_ollama_6d51be16,rollout_a4fa034c,sources_878a52fc,store_824d80d7,node_agent_mmd_llm_model_layer_llmlayer_sync_contract_9f3cc8c1,node_agent_mmd_memory_vector_layer_memorylayer_sync_c_e43418bc,types_5_f869ec4b,harness_run_context_ac7c77a9,index_1_faebc14e,json_schema_core_96d7e328,node_agent_mmd_orchestration_layer_orchestration_poli_3270b55d,node_agent_mmd_tool_layer_toollayer_policy_validators_af136abf,node_agent_mmd_memory_vector_layer_memorylayer_policy_1944de42,node_agent_mmd_orchestration_layer_orchestration_type_7cf81261,node_agent_mmd_tool_layer_toollayer_types_core_types__6c8319b6,node_agent_mmd_memory_vector_layer_memorylayer_types__83f369fa,node_agent_mmd_orchestration_layer_orchestration_vali_d9fe99e6,node_agent_mmd_tool_layer_toollayer_validator_core_va_6ef6131f,node_agent_mmd_memory_vector_layer_memorylayer_valida_41034356,node_agent_mmd_orchestration_layer_orchestration_init_2a9c3ecb,node_agent_mmd_memory_vector_layer_memorylayer_init_m_333d02c5,node_agent_mmd_orchestration_layer_orchestration_proj_6ab6f60f,node_agent_mmd_memory_vector_layer_memorylayer_projec_3ae304d9,scaffold_diagram_templates_dd88e83c,node_agent_mmd_orchestration_layer_orchestration_scaf_12cc07db,node_agent_mmd_memory_vector_layer_memorylayer_scaffo_5fd73b94,node_agent_mmd_orchestration_layer_orchestration_scaf_c9a90c2f,node_agent_mmd_tool_layer_toollayer_scaffold_environm_c1afc013,node_agent_mmd_memory_vector_layer_memorylayer_scaffo_12b42341,scaffold_root_command_templates_404fed7f,scaffold_script_template_registry_69312d4e,scaffold_shell_templates_0ad0f915,scaffold_surfaces_12d6494e,node_agent_mmd_orchestration_layer_orchestration_scaf_ff8f92f6,node_agent_mmd_memory_vector_layer_memorylayer_scaffo_a86eece1,scaffold_workflow_template_92310587,eval_seed_5699fd3e,index_6_fc9e91e2,review_context_1_e3afed15,memory_gate_1_265164ac,branch_enforcer_acb749cd,cli_args_5_09ea29f0,node_agent_mmd_tool_layer_toollayer_cli_cli_2_1_32d9eeaf,node_agent_mmd_memory_vector_layer_memorylayer_cli_cl_1f1f89ab,node_agent_mmd_tool_layer_toollayer_metrics_tracker_m_4c9237d8,node_agent_mmd_memory_vector_layer_memorylayer_metric_12562178,types_15_86775c96,validator_4_5180cf23,node_agent_mmd_orchestration_layer_orchestration_clas_899b821a,node_agent_mmd_memory_vector_layer_memorylayer_classi_1ebbf5ff,node_agent_mmd_orchestration_layer_orchestration_tool_cc43149f,node_agent_mmd_tool_layer_toollayer_tooling_baseline__61e66e9f,node_agent_mmd_memory_vector_layer_memorylayer_toolin_14f86b00,claim_helpers_20dc8387,types_20_071a0112,local_memory_smoke_1175abfc,local_memory_0db17ecc,performance_overload_c685bfcf,node_agent_mmd_orchestration_layer_orchestration_sugg_85c5ebe3,node_agent_mmd_memory_vector_layer_memorylayer_sugges_267f408d,node_agent_mmd_llm_model_layer_llmlayer_prompt_contex_6426acc2,node_agent_mmd_memory_vector_layer_memorylayer_prompt_55c0d605,types_27_4d134744,policy_1_fc4198db,node_agent_mmd_tool_layer_toollayer_runtime_card_code_3636ceac,node_agent_mmd_memory_vector_layer_memorylayer_runtim_a5d23e7f,cli_11_338a8415,collector_0736fd5b,types_30_424b976c,overload_guard_2748c559 memNode
